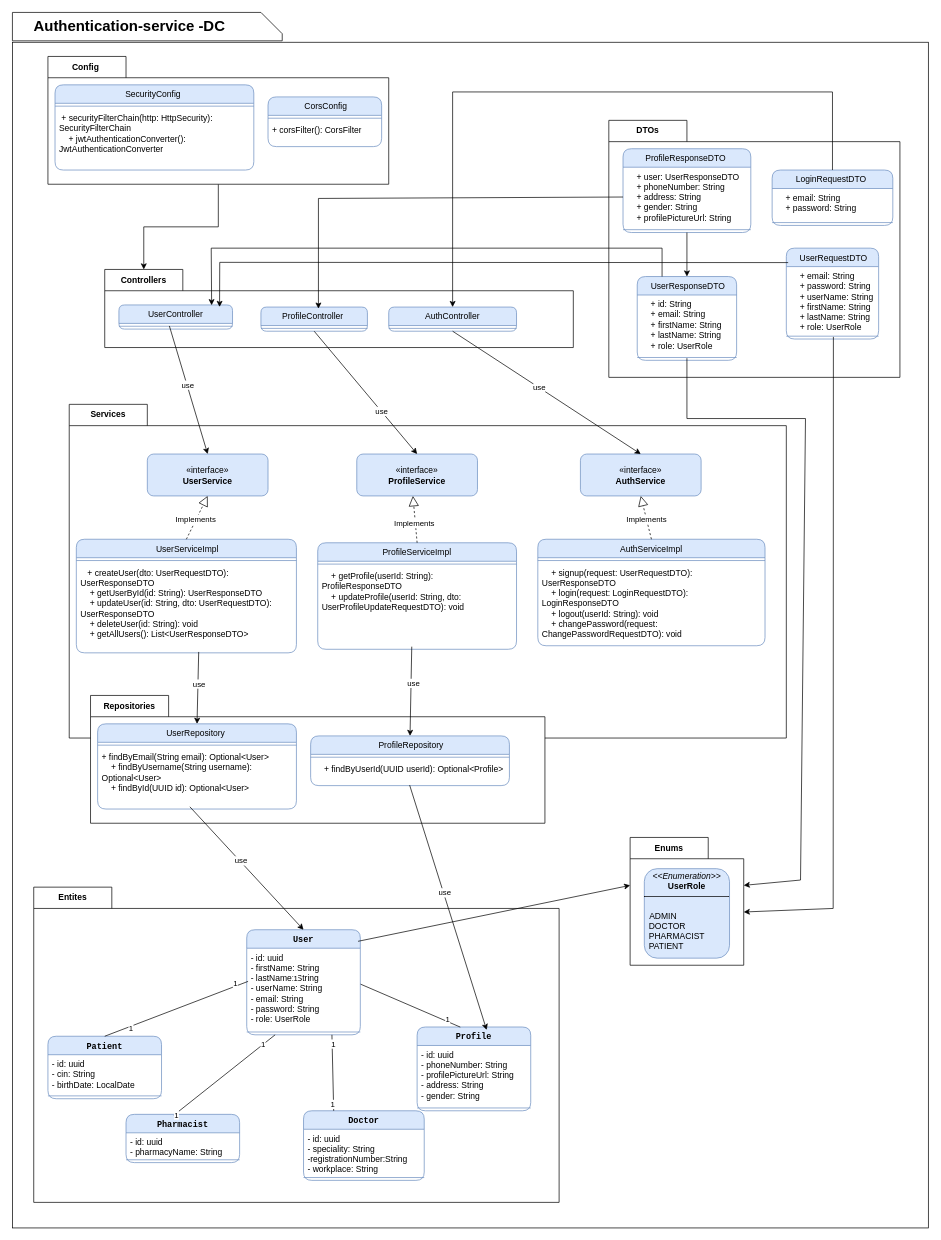
Earlier version of the draw.io diagram Class_diagram/Auth class diagram.drawio (siwar630/Conception-pfe). Source tidied: cells renumbered, new cells numbered last; positions are measured from the earlier drawing's top-left corner, leaving out a move shared by most shapes. Both pictures are drawn from the tidied source at 71%, with x=0, y=0 at pixel (12, -109).
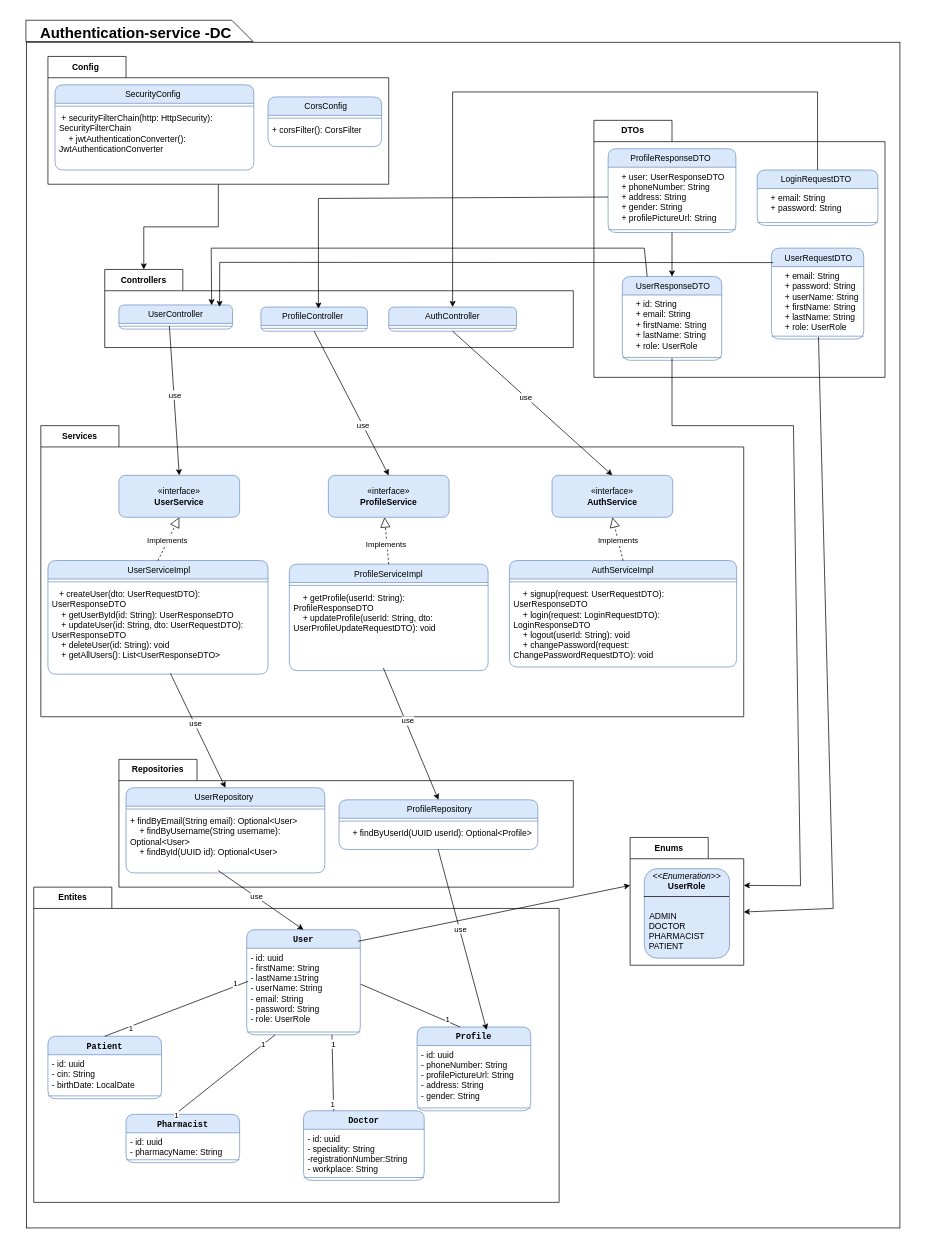
Above is the later version.

Commit message:
Mettre à jour Auth class diagram.drawio

Unchanged cells that the change refers to:
```xml
<mxCell id="33" value="Enums" style="shape=folder;fontStyle=1;tabWidth=110;tabHeight=30;tabPosition=left;html=1;boundedLbl=1;labelInHeader=1;whiteSpace=wrap;" parent="1" vertex="1">
  <mxGeometry x="870" y="1332" width="160" height="180" as="geometry" />
</mxCell>
<mxCell id="42" value="&lt;div style=&quot;text-align: left;&quot;&gt;&lt;span style=&quot;font-weight: 400;&quot;&gt;&amp;nbsp;UserResponseDTO&lt;/span&gt;&lt;/div&gt;" style="swimlane;fontStyle=1;align=center;verticalAlign=top;horizontal=1;startSize=26;whiteSpace=wrap;html=1;fillColor=#dae8fc;strokeColor=#6c8ebf;rounded=1;" parent="35" vertex="1">
  <mxGeometry x="40" y="220" width="140" height="118" as="geometry" />
</mxCell>
<mxCell id="44" style="line;strokeWidth=1;fillColor=none;align=left;verticalAlign=middle;spacingTop=-1;spacingLeft=3;spacingRight=3;labelPosition=right;points=[];portConstraint=eastwest;strokeColor=inherit;rounded=1;" parent="42" vertex="1">
  <mxGeometry y="110" width="140" height="8" as="geometry" />
</mxCell>
<mxCell id="46" value="&lt;span style=&quot;font-weight: 400; text-align: left;&quot;&gt;LoginRequestDTO&amp;nbsp;&lt;/span&gt;" style="swimlane;fontStyle=1;align=center;verticalAlign=top;horizontal=1;startSize=26;whiteSpace=wrap;html=1;fillColor=#dae8fc;strokeColor=#6c8ebf;rounded=1;" parent="35" vertex="1">
  <mxGeometry x="230" y="70" width="170" height="78" as="geometry" />
</mxCell>
<mxCell id="71" value="&lt;span style=&quot;font-weight: 400; text-align: left;&quot;&gt;&amp;nbsp;UserController&amp;nbsp;&lt;/span&gt;" style="swimlane;fontStyle=1;align=center;verticalAlign=top;horizontal=1;startSize=26;whiteSpace=wrap;html=1;rounded=1;fillColor=#dae8fc;strokeColor=#6c8ebf;" parent="68" vertex="1">
  <mxGeometry x="20" y="50" width="160" height="34" as="geometry" />
</mxCell>
<mxCell id="73" value="&lt;span style=&quot;font-weight: 400; text-align: left;&quot;&gt;AuthController&lt;/span&gt;" style="swimlane;fontStyle=1;align=center;verticalAlign=top;horizontal=1;startSize=26;whiteSpace=wrap;html=1;rounded=1;fillColor=#dae8fc;strokeColor=#6c8ebf;" parent="68" vertex="1">
  <mxGeometry x="400" y="53" width="180" height="34" as="geometry" />
</mxCell>
```

What changed in the source:
```diff
@@
     <mxCell id="2" style="html=1;whiteSpace=wrap;" parent="1" vertex="1">
-      <mxGeometry y="212" width="1290" height="1670" as="geometry" />
+      <mxGeometry x="20" y="212" width="1230" height="1670" as="geometry" />
     </mxCell>
-    <mxCell id="3" style="shape=card;whiteSpace=wrap;html=1;rotation=-90;direction=east;flipV=1;flipH=1;" parent="1" vertex="1">
-      <mxGeometry x="170" width="40" height="380" as="geometry" />
-    </mxCell>
-    <mxCell id="4" value="&lt;h1 style=&quot;text-align: left; margin-top: 0px;&quot;&gt;&lt;span style=&quot;background-color: transparent; color: light-dark(rgb(0, 0, 0), rgb(255, 255, 255));&quot;&gt;&lt;font style=&quot;font-size: 21px;&quot;&gt;Authentication-service -DC&lt;/font&gt;&lt;/span&gt;&lt;/h1&gt;" style="text;html=1;align=center;verticalAlign=middle;whiteSpace=wrap;rounded=0;" parent="1" vertex="1">
-      <mxGeometry x="10" y="182" width="310" height="30" as="geometry" />
-    </mxCell>
@@
     <mxCell id="35" value="DTOs" style="shape=folder;fontStyle=1;tabWidth=110;tabHeight=30;tabPosition=left;html=1;boundedLbl=1;labelInHeader=1;whiteSpace=wrap;" parent="1" vertex="1">
-      <mxGeometry x="840" y="322" width="410" height="362" as="geometry" />
+      <mxGeometry x="819" y="322" width="410" height="362" as="geometry" />
     </mxCell>
@@
     <mxCell id="49" value="Services" style="shape=folder;fontStyle=1;tabWidth=110;tabHeight=30;tabPosition=left;html=1;boundedLbl=1;labelInHeader=1;whiteSpace=wrap;" parent="1" vertex="1">
-      <mxGeometry x="80" y="722" width="1010" height="470" as="geometry" />
+      <mxGeometry x="40" y="752" width="990" height="410" as="geometry" />
     </mxCell>
@@
     <mxCell id="81" value="Repositories" style="shape=folder;fontStyle=1;tabWidth=110;tabHeight=30;tabPosition=left;html=1;boundedLbl=1;labelInHeader=1;whiteSpace=wrap;" parent="1" vertex="1">
-      <mxGeometry x="110" y="1132" width="640" height="180" as="geometry" />
+      <mxGeometry x="150" y="1222" width="640" height="180" as="geometry" />
     </mxCell>
@@
     <mxCell id="93" style="endArrow=classic;html=1;rounded=0;exitX=0.5;exitY=0.625;exitDx=0;exitDy=0;entryX=0;entryY=0;entryDx=160;entryDy=67.5;entryPerimeter=0;exitPerimeter=0;" parent="1" edge="1" source="44" target="33">
       <mxGeometry relative="1" as="geometry">
         <Array as="points">
-          <mxPoint x="950" y="742" />
-          <mxPoint x="1117" y="742" />
-          <mxPoint x="1110" y="1392" />
+          <mxPoint x="929" y="752" />
+          <mxPoint x="1100" y="752" />
+          <mxPoint x="1110" y="1400" />
         </Array>
       </mxGeometry>
     </mxCell>
@@
     <mxCell id="95" style="endArrow=classic;html=1;rounded=0;exitX=0.5;exitY=0;exitDx=0;exitDy=0;entryX=0.5;entryY=0;entryDx=0;entryDy=0;" parent="1" edge="1" source="46" target="73">
       <mxGeometry relative="1" as="geometry">
         <Array as="points">
-          <mxPoint x="1155" y="282" />
+          <mxPoint x="1134" y="282" />
           <mxPoint x="620" y="282" />
         </Array>
       </mxGeometry>
     </mxCell>
     <mxCell id="96" style="endArrow=classic;html=1;rounded=0;exitX=0.25;exitY=0;exitDx=0;exitDy=0;entryX=0.816;entryY=0.012;entryDx=0;entryDy=0;entryPerimeter=0;" parent="1" edge="1" source="42" target="71">
       <mxGeometry relative="1" as="geometry">
         <Array as="points">
-          <mxPoint x="915" y="502" />
+          <mxPoint x="890" y="502" />
           <mxPoint x="280" y="502" />
         </Array>
       </mxGeometry>
     </mxCell>
@@
+    <mxCell id="111" style="shape=card;whiteSpace=wrap;html=1;rotation=90;flipV=1;flipH=1;direction=west;" parent="1" vertex="1">
+      <mxGeometry x="164" y="36" width="30" height="320" as="geometry" />
+    </mxCell>
+    <mxCell id="4" value="&lt;h1 style=&quot;text-align: left; margin-top: 0px;&quot;&gt;&lt;span style=&quot;background-color: transparent; color: light-dark(rgb(0, 0, 0), rgb(255, 255, 255));&quot;&gt;&lt;font style=&quot;font-size: 21px;&quot;&gt;Authentication-service -DC&lt;/font&gt;&lt;/span&gt;&lt;/h1&gt;" style="text;html=1;align=center;verticalAlign=middle;whiteSpace=wrap;rounded=0;" parent="1" vertex="1">
+      <mxGeometry x="19" y="192" width="310" height="28" as="geometry" />
+    </mxCell>
```
